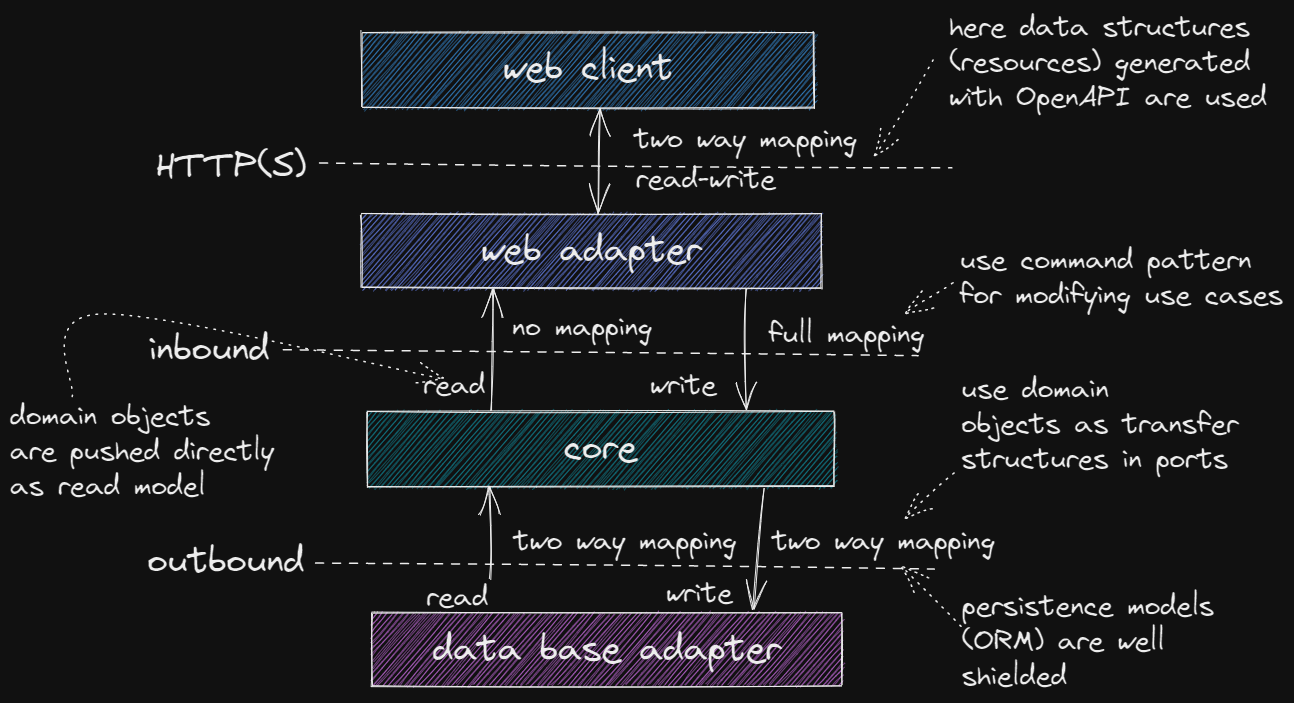
This is assets/mapping-example-cqrs.excalidraw.png from hex-arch-training/hex-arch-training.github.io, a Excalidraw export, as it was before one commit. Source tidied: one line per element, renumbered; positions are measured from the earlier drawing's top-left corner, leaving out a move shared by most shapes.
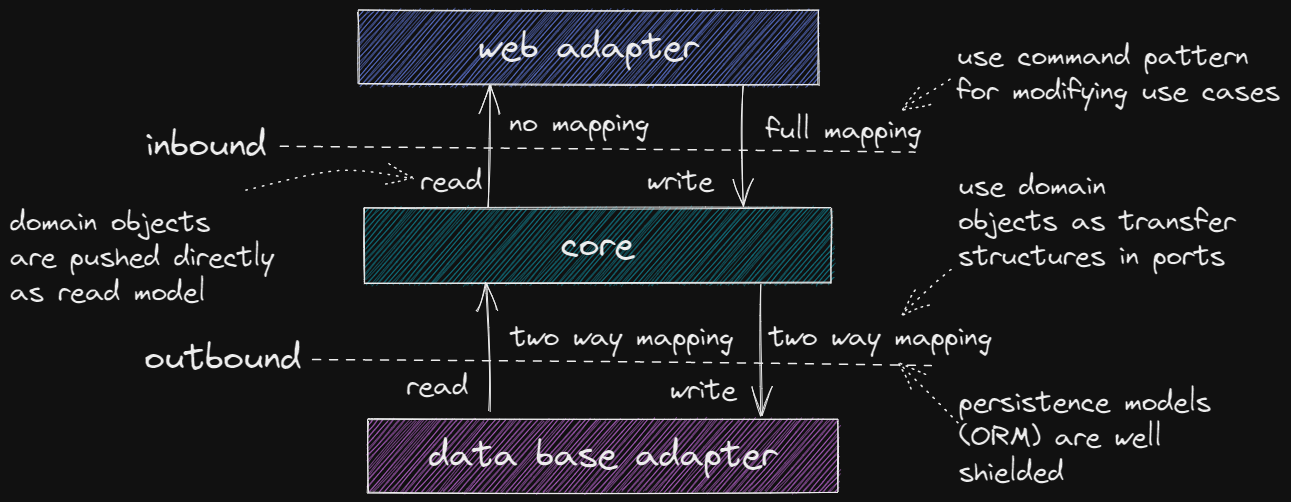
The same diagram one commit later.

Commit message:
fix in mapping examples

Diff of the diagram source:
```diff
@@ -6,34 +6,25 @@
 {"id": 5, "type": "line", "strokeColor": "#000000", "strokeWidth": 1, "strokeStyle": "dashed", "roughness": 1, "x": 306, "y": 553, "width": 619, "height": 6, "points": [[0, 0], [619, 6]]}
 {"id": 6, "type": "rectangle", "strokeColor": "#000000", "backgroundColor": "#4c6ef5", "fillStyle": "hachure", "strokeWidth": 1, "roughness": 1, "x": 351, "y": 204, "width": 460, "height": 74}
 {"id": 7, "type": "text", "text": "web adapter", "strokeColor": "#000000", "strokeWidth": 1, "roughness": 1, "fontSize": 36, "fontFamily": 1, "textAlign": "center", "verticalAlign": "middle", "inside": 6, "x": 470, "y": 218, "width": 222, "height": 45}
-{"id": 8, "type": "rectangle", "strokeColor": "#000000", "backgroundColor": "#be4bdb", "fillStyle": "hachure", "strokeWidth": 1, "roughness": 1, "x": 362, "y": 603, "width": 470, "height": 73}
+{"id": 8, "type": "rectangle", "strokeColor": "#000000", "backgroundColor": "#be4bdb", "fillStyle": "hachure", "strokeWidth": 1, "roughness": 1, "x": 361, "y": 613, "width": 470, "height": 73}
-{"id": 9, "type": "text", "text": "data base adapter", "strokeColor": "#000000", "strokeWidth": 1, "roughness": 1, "fontSize": 36, "fontFamily": 1, "textAlign": "center", "verticalAlign": "middle", "inside": 8, "x": 422, "y": 617, "width": 350, "height": 45}
+{"id": 9, "type": "text", "text": "data base adapter", "strokeColor": "#000000", "strokeWidth": 1, "roughness": 1, "fontSize": 36, "fontFamily": 1, "textAlign": "center", "verticalAlign": "middle", "inside": 8, "x": 421, "y": 627, "width": 350, "height": 45}
-{"id": 10, "type": "arrow", "strokeColor": "#000000", "strokeWidth": 1, "roughness": 1, "endArrowhead": "arrow", "from": 18, "to": 0, "x": 481, "y": 570, "width": 1, "height": 93, "points": [[0, 0], [-1, -93]]}
+{"id": 10, "type": "arrow", "strokeColor": "#000000", "strokeWidth": 1, "roughness": 1, "endArrowhead": "arrow", "from": 8, "to": 0, "x": 484, "y": 605, "width": 4, "height": 128, "points": [[0, 0], [-4, -128]]}
 {"id": 11, "type": "arrow", "strokeColor": "#000000", "strokeWidth": 1, "roughness": 1, "endArrowhead": "arrow", "from": 0, "to": 6, "x": 482, "y": 400, "width": 2, "height": 122, "points": [[0, 0], [2, -122]]}
 {"id": 12, "type": "arrow", "strokeColor": "#000000", "strokeWidth": 1, "roughness": 1, "endArrowhead": "arrow", "from": 6, "to": 0, "x": 735, "y": 279, "width": 1, "height": 122, "points": [[0, 0], [1, 122]]}
-{"id": 13, "type": "arrow", "strokeColor": "#000000", "strokeWidth": 1, "roughness": 1, "endArrowhead": "arrow", "from": 0, "to": 8, "x": 754, "y": 478, "width": 9, "height": 119, "points": [[0, 0], [-9, 119]]}
+{"id": 13, "type": "arrow", "strokeColor": "#000000", "strokeWidth": 1, "roughness": 1, "endArrowhead": "arrow", "from": 0, "to": 8, "x": 753, "y": 478, "width": 2, "height": 129, "points": [[0, 0], [2, 129]]}
 {"id": 14, "type": "text", "text": "two way mapping", "strokeColor": "#000000", "strokeWidth": 1, "roughness": 1, "fontSize": 28, "fontFamily": 1, "x": 762, "y": 514, "width": 225, "height": 35}
 {"id": 15, "type": "text", "text": "two way mapping", "strokeColor": "#000000", "strokeWidth": 1, "roughness": 1, "fontSize": 28, "fontFamily": 1, "x": 504, "y": 514, "width": 225, "height": 35}
 {"id": 16, "type": "text", "text": "no mapping", "strokeColor": "#000000", "strokeWidth": 1, "roughness": 1, "fontSize": 28, "fontFamily": 1, "x": 502, "y": 300, "width": 142, "height": 35}
 {"id": 17, "type": "text", "text": "full mapping", "strokeColor": "#000000", "strokeWidth": 1, "roughness": 1, "fontSize": 28, "fontFamily": 1, "x": 759, "y": 307, "width": 157, "height": 35}
-{"id": 18, "type": "text", "text": "read", "strokeColor": "#000000", "strokeWidth": 1, "roughness": 1, "fontSize": 28, "fontFamily": 1, "x": 416, "y": 570, "width": 64, "height": 35}
+{"id": 18, "type": "text", "text": "read", "strokeColor": "#000000", "strokeWidth": 1, "roughness": 1, "fontSize": 28, "fontFamily": 1, "x": 399, "y": 562, "width": 64, "height": 35}
 {"id": 19, "type": "text", "text": "read", "strokeColor": "#000000", "strokeWidth": 1, "roughness": 1, "fontSize": 28, "fontFamily": 1, "x": 413, "y": 358, "width": 64, "height": 35}
 {"id": 20, "type": "text", "text": "write", "strokeColor": "#000000", "strokeWidth": 1, "roughness": 1, "fontSize": 28, "fontFamily": 1, "x": 640, "y": 358, "width": 68, "height": 35}
-{"id": 21, "type": "text", "text": "write", "strokeColor": "#000000", "strokeWidth": 1, "roughness": 1, "fontSize": 28, "fontFamily": 1, "x": 656, "y": 566, "width": 68, "height": 35}
+{"id": 21, "type": "text", "text": "write", "strokeColor": "#000000", "strokeWidth": 1, "roughness": 1, "fontSize": 28, "fontFamily": 1, "x": 663, "y": 566, "width": 68, "height": 35}
-{"id": 22, "type": "rectangle", "strokeColor": "#000000", "backgroundColor": "#228be6", "fillStyle": "hachure", "strokeWidth": 1, "roughness": 1, "x": 352, "y": 22, "width": 452, "height": 75}
-{"id": 23, "type": "text", "text": "web client", "strokeColor": "#000000", "strokeWidth": 1, "roughness": 1, "fontSize": 36, "fontFamily": 1, "textAlign": "center", "verticalAlign": "middle", "inside": 22, "x": 492, "y": 36, "width": 172, "height": 45}
-{"id": 24, "type": "arrow", "strokeColor": "#000000", "strokeWidth": 1, "roughness": 1, "startArrowhead": "arrow", "endArrowhead": "arrow", "from": 22, "to": 6, "x": 589, "y": 100, "width": 1, "height": 103, "points": [[0, 0], [-1, 103]]}
-{"id": 25, "type": "text", "text": "HTTP(S)", "strokeColor": "#000000", "strokeWidth": 1, "roughness": 1, "fontSize": 36, "fontFamily": 1, "x": 146, "y": 134, "width": 153, "height": 45}
-{"id": 26, "type": "line", "strokeColor": "#000000", "strokeWidth": 1, "strokeStyle": "dashed", "roughness": 1, "x": 310, "y": 153, "width": 631, "height": 4, "points": [[0, 0], [631, 4]]}
-{"id": 27, "type": "text", "text": "two way mapping", "strokeColor": "#000000", "strokeWidth": 1, "strokeStyle": "dashed", "roughness": 1, "fontSize": 28, "fontFamily": 1, "x": 624, "y": 112, "width": 225, "height": 35}
-{"id": 28, "type": "text", "text": "read-write", "strokeColor": "#000000", "strokeWidth": 1, "strokeStyle": "dashed", "roughness": 1, "fontSize": 28, "fontFamily": 1, "x": 626, "y": 152, "width": 142, "height": 35}
-{"id": 29, "type": "text", "text": "here data structures\n(resources) generated \nwith OpenAPI are used", "strokeColor": "#000000", "strokeWidth": 1, "strokeStyle": "dashed", "roughness": 1, "fontSize": 28, "fontFamily": 1, "x": 939, "y": 0, "width": 320, "height": 105}
-{"id": 30, "type": "arrow", "strokeColor": "#000000", "strokeWidth": 1, "strokeStyle": "dotted", "roughness": 1, "endArrowhead": "arrow", "from": 29, "to": 27, "x": 923, "y": 49, "width": 59, "height": 99, "points": [[0, 0], [-59, 99]]}
 {"id": 31, "type": "text", "text": "use command pattern \nfor modifying use cases", "strokeColor": "#000000", "strokeWidth": 1, "strokeStyle": "dotted", "roughness": 1, "fontSize": 28, "fontFamily": 1, "x": 950, "y": 233, "width": 325, "height": 70}
 {"id": 32, "type": "arrow", "strokeColor": "#000000", "strokeWidth": 1, "strokeStyle": "dotted", "roughness": 1, "endArrowhead": "arrow", "from": 31, "to": 17, "x": 942, "y": 272, "width": 50, "height": 33, "points": [[0, 0], [-50, 33]]}
 {"id": 33, "type": "text", "text": "use domain\nobjects as transfer\nstructures in ports", "strokeColor": "#000000", "strokeWidth": 1, "strokeStyle": "dotted", "roughness": 1, "fontSize": 28, "fontFamily": 1, "x": 951, "y": 362, "width": 278, "height": 105}
 {"id": 34, "type": "arrow", "strokeColor": "#000000", "strokeWidth": 1, "strokeStyle": "dotted", "roughness": 1, "endArrowhead": "arrow", "from": 33, "to": 14, "x": 943, "y": 461, "width": 51, "height": 47, "points": [[0, 0], [-51, 47]]}
 {"id": 35, "type": "text", "text": "persistence models\n(ORM) are well\nshielded", "strokeColor": "#000000", "strokeWidth": 1, "strokeStyle": "dotted", "roughness": 1, "fontSize": 28, "fontFamily": 1, "x": 952, "y": 579, "width": 253, "height": 105}
 {"id": 36, "type": "arrow", "strokeColor": "#000000", "strokeWidth": 1, "strokeStyle": "dotted", "roughness": 1, "endArrowhead": "arrow", "from": 35, "to": 14, "x": 951, "y": 617, "width": 59, "height": 61, "points": [[0, 0], [-59, -61]]}
-{"id": 37, "type": "text", "text": "domain objects\nare pushed directly\nas read model", "strokeColor": "#000000", "strokeWidth": 1, "strokeStyle": "dotted", "roughness": 1, "fontSize": 28, "fontFamily": 1, "x": 0, "y": 389, "width": 265, "height": 105}
+{"id": 37, "type": "text", "text": "domain objects\nare pushed directly\nas read model", "strokeColor": "#000000", "strokeWidth": 1, "strokeStyle": "dotted", "roughness": 1, "fontSize": 28, "fontFamily": 1, "x": 3, "y": 398, "width": 265, "height": 105}
-{"id": 38, "type": "arrow", "strokeColor": "#000000", "strokeWidth": 1, "strokeStyle": "dotted", "roughness": 1, "endArrowhead": "arrow", "from": 37, "x": 63, "y": 385, "width": 371, "height": 82, "points": [[0, 0], [27, -82], [371, -16]]}
+{"id": 38, "type": "arrow", "strokeColor": "#000000", "strokeWidth": 1, "strokeStyle": "dotted", "roughness": 1, "endArrowhead": "arrow", "from": 37, "to": 19, "x": 239, "y": 382, "width": 167, "height": 19, "points": [[0, 0], [93, -19], [167, -10]]}
```
